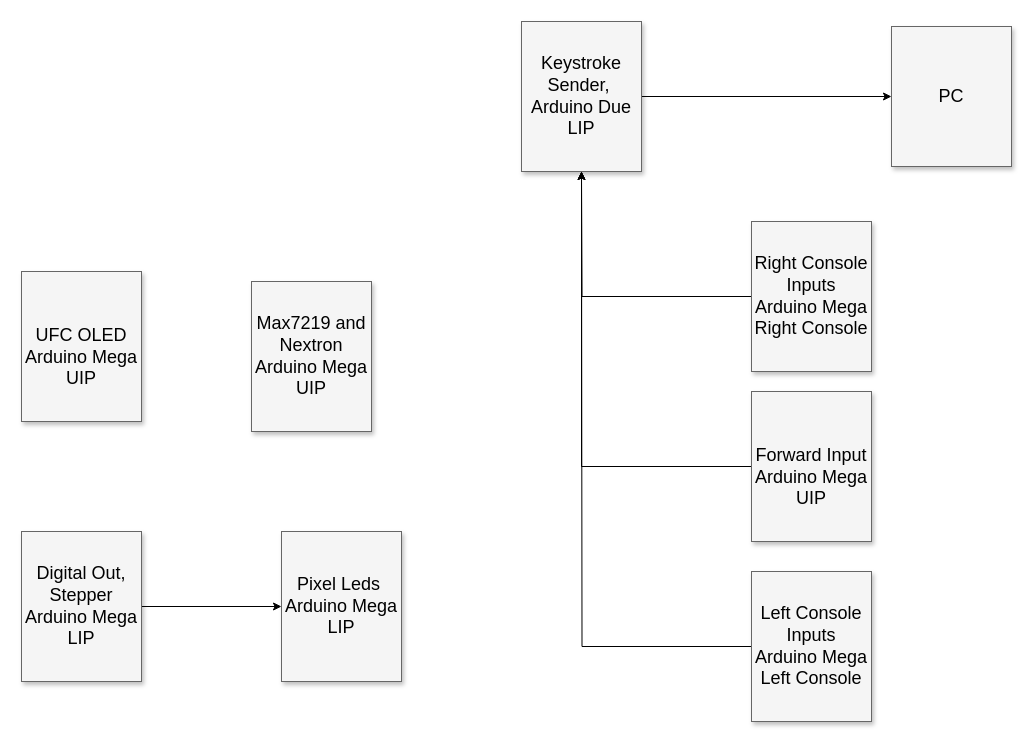
Above: page "Comms Flows" (2 of 8) of Hornet Documentation/Hornet High-Level Connectivity .drawio in bnepethomas/bne-arduino-flight-simulator-interfaces (draw.io), before the change. Source tidied: cells renumbered, new cells numbered last; positions are measured from the earlier drawing's top-left corner, leaving out a move shared by most shapes. Both pictures are drawn from the tidied source at 100%, with x=0, y=0 at pixel (21, 21).
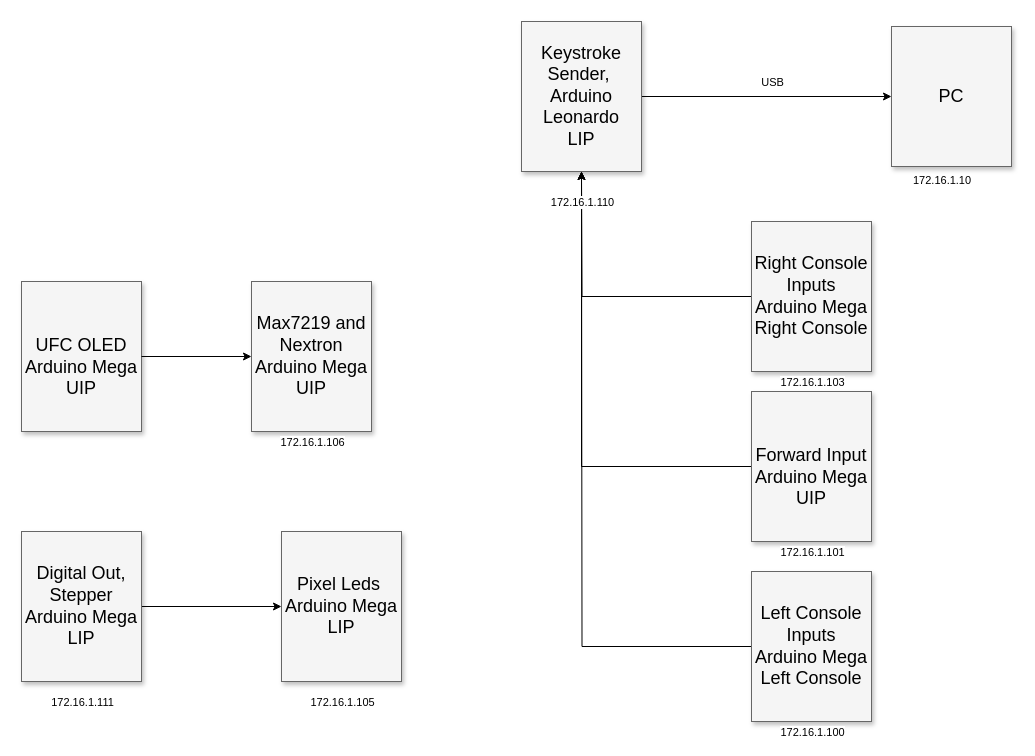
The same diagram, later.

The change refers to these unchanged cells:
```xml
<mxCell id="2" value="Max7219 and Nextron&lt;br&gt;Arduino Mega&lt;br&gt;UIP" style="whiteSpace=wrap;html=1;shadow=1;fontSize=18;fillColor=#f5f5f5;strokeColor=#666666;" parent="1" vertex="1">
  <mxGeometry x="230" y="260" width="120" height="150" as="geometry" />
</mxCell>
```

What changed in the source:
```diff
@@
     <mxCell id="7" value="&lt;br&gt;UFC OLED&lt;br&gt;Arduino Mega&lt;br&gt;UIP" style="whiteSpace=wrap;html=1;shadow=1;fontSize=18;fillColor=#f5f5f5;strokeColor=#666666;" parent="1" vertex="1">
-      <mxGeometry y="250" width="120" height="150" as="geometry" />
+      <mxGeometry y="260" width="120" height="150" as="geometry" />
     </mxCell>
@@
-    <mxCell id="15" value="Keystroke Sender,&amp;nbsp;&lt;br&gt;Arduino Due&lt;br&gt;LIP" style="whiteSpace=wrap;html=1;shadow=1;fontSize=18;fillColor=#f5f5f5;strokeColor=#666666;" parent="1" vertex="1">
+    <mxCell id="15" value="Keystroke Sender,&amp;nbsp;&lt;br&gt;Arduino Leonardo&lt;br&gt;LIP" style="whiteSpace=wrap;html=1;shadow=1;fontSize=18;fillColor=#f5f5f5;strokeColor=#666666;" parent="1" vertex="1">
       <mxGeometry x="500" width="120" height="150" as="geometry" />
     </mxCell>
+    <mxCell id="16" value="172.16.1.111&lt;br&gt;" style="edgeLabel;html=1;align=center;verticalAlign=middle;" parent="1" vertex="1">
+      <mxGeometry x="60" y="680" as="geometry" />
+    </mxCell>
+    <mxCell id="17" value="172.16.1.105" style="edgeLabel;html=1;align=center;verticalAlign=middle;labelPosition=center;verticalLabelPosition=middle;" parent="1" vertex="1">
+      <mxGeometry x="320" y="680" as="geometry" />
+    </mxCell>
+    <mxCell id="18" value="USB" style="edgeLabel;html=1;align=center;verticalAlign=middle;labelPosition=center;verticalLabelPosition=middle;" parent="1" vertex="1">
+      <mxGeometry x="750" y="60" as="geometry" />
+    </mxCell>
+    <mxCell id="19" value="172.16.1.100" style="edgeLabel;html=1;align=center;verticalAlign=middle;" parent="1" vertex="1">
+      <mxGeometry x="790" y="710" as="geometry" />
+    </mxCell>
+    <mxCell id="20" value="172.16.1.103" style="edgeLabel;html=1;align=center;verticalAlign=middle;" parent="1" vertex="1">
+      <mxGeometry x="790" y="360" as="geometry" />
+    </mxCell>
+    <mxCell id="21" value="172.16.1.101" style="edgeLabel;html=1;align=center;verticalAlign=middle;" parent="1" vertex="1">
+      <mxGeometry x="790" y="530" as="geometry" />
+    </mxCell>
+    <mxCell id="22" value="172.16.1.110" style="edgeLabel;html=1;align=center;verticalAlign=middle;" parent="1" vertex="1">
+      <mxGeometry x="560" y="180" as="geometry" />
+    </mxCell>
+    <mxCell id="23" style="edgeStyle=orthogonalEdgeStyle;rounded=0;jettySize=auto;html=1;exitX=1;exitY=0.5;exitDx=0;exitDy=0;entryX=0;entryY=0.5;entryDx=0;entryDy=0;" parent="1" edge="1" source="7" target="2">
+      <mxGeometry relative="1" as="geometry" />
+    </mxCell>
+    <mxCell id="24" value="172.16.1.106" style="edgeLabel;html=1;align=center;verticalAlign=middle;" parent="1" vertex="1">
+      <mxGeometry x="290" y="420" as="geometry" />
+    </mxCell>
+    <mxCell id="25" value="&lt;span style=&quot;color: rgb(0, 0, 0); font-family: Helvetica; font-size: 11px; font-style: normal; font-variant-ligatures: normal; font-variant-caps: normal; font-weight: 400; letter-spacing: normal; orphans: 2; text-align: center; text-indent: 0px; text-transform: none; widows: 2; word-spacing: 0px; -webkit-text-stroke-width: 0px; background-color: rgb(255, 255, 255); text-decoration-thickness: initial; text-decoration-style: initial; text-decoration-color: initial; float: none; display: inline !important;&quot;&gt;172.16.1.10&lt;/span&gt;" style="text;whiteSpace=wrap;html=1;" parent="1" vertex="1">
+      <mxGeometry x="890" y="145" width="90" height="20" as="geometry" />
+    </mxCell>
```
